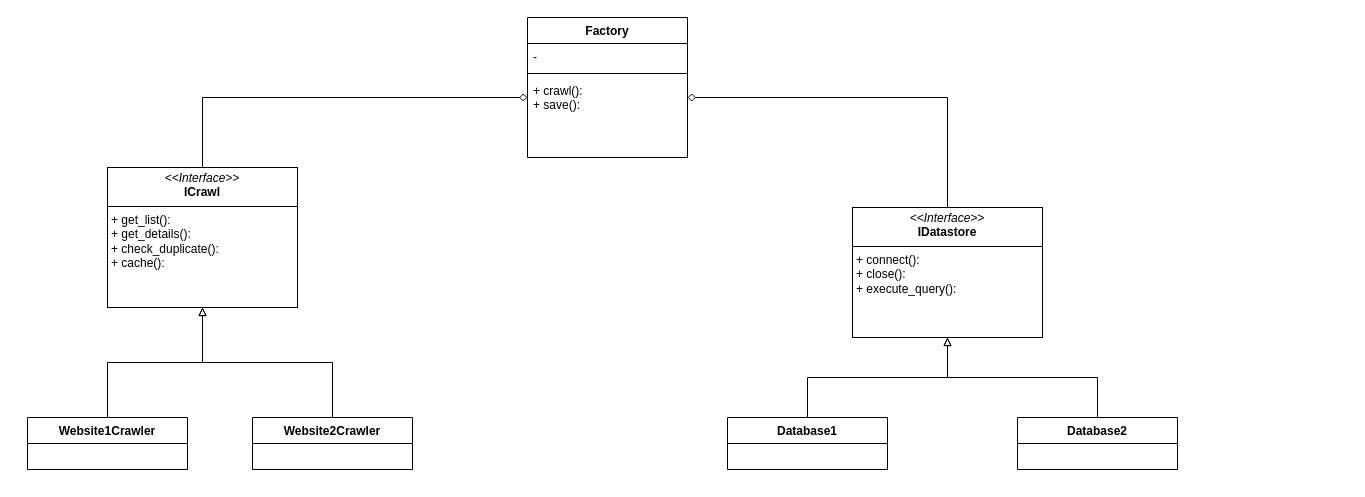
Before: page "Class" (3 of 3) of Diagram.drawio in phonnn/it-conferences-crawler, a draw.io diagram. Source tidied: cells renumbered, new cells numbered last; positions are measured from the earlier drawing's top-left corner, leaving out a move shared by most shapes. Both pictures are drawn from the tidied source at 100%, with x=0, y=0 at pixel (27, 17).
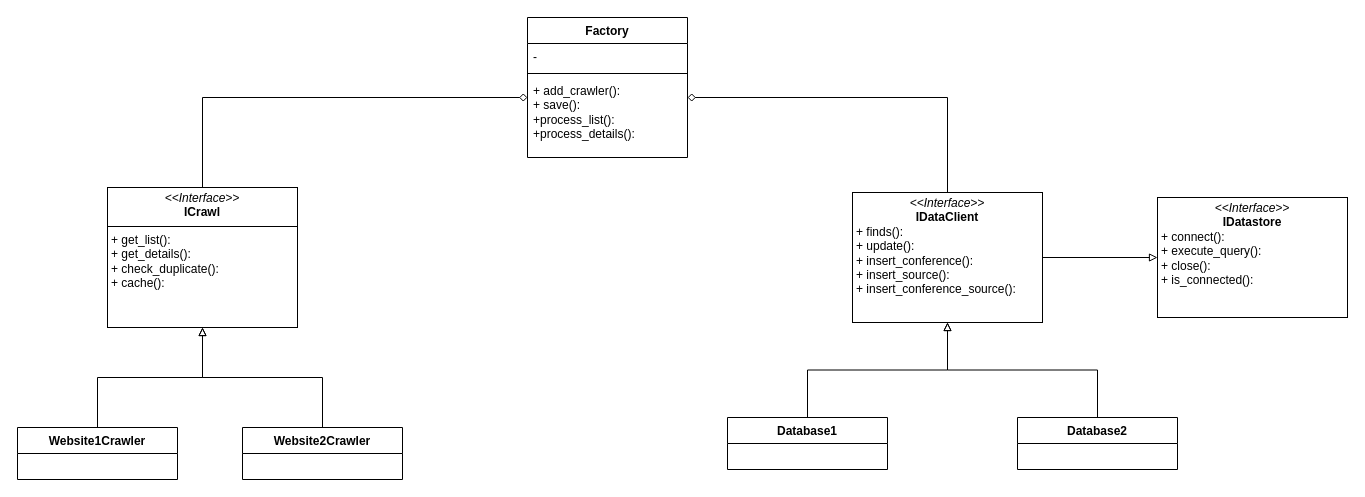
After the change.

The change refers to these unchanged cells:
```xml
<mxCell id="2" value="Factory" style="swimlane;fontStyle=1;align=center;verticalAlign=top;horizontal=1;startSize=26;whiteSpace=wrap;html=1;" parent="1" vertex="1">
  <mxGeometry x="500" width="160" height="140" as="geometry" />
</mxCell>
```

What changed in the source:
```diff
@@
-    <mxCell id="5" value="+ crawl():&lt;div&gt;+ save():&lt;br&gt;&lt;/div&gt;" style="text;strokeColor=none;fillColor=none;align=left;verticalAlign=top;spacingLeft=4;spacingRight=4;overflow=hidden;points=[[0,0.5],[1,0.5]];portConstraint=eastwest;whiteSpace=wrap;html=1;" parent="2" vertex="1">
+    <mxCell id="5" value="+ add_crawler():&lt;div&gt;+ save():&lt;br&gt;&lt;/div&gt;&lt;div&gt;+process_list():&lt;/div&gt;&lt;div&gt;+process_details():&lt;/div&gt;" style="text;strokeColor=none;fillColor=none;align=left;verticalAlign=top;spacingLeft=4;spacingRight=4;overflow=hidden;points=[[0,0.5],[1,0.5]];portConstraint=eastwest;whiteSpace=wrap;html=1;" parent="2" vertex="1">
       <mxGeometry y="60" width="160" height="80" as="geometry" />
     </mxCell>
@@
     <mxCell id="7" value="&lt;p style=&quot;margin:0px;margin-top:4px;text-align:center;&quot;&gt;&lt;i&gt;&amp;lt;&amp;lt;Interface&amp;gt;&amp;gt;&lt;/i&gt;&lt;br&gt;&lt;b&gt;ICrawl&lt;/b&gt;&lt;/p&gt;&lt;hr size=&quot;1&quot; style=&quot;border-style:solid;&quot;&gt;&lt;p style=&quot;margin:0px;margin-left:4px;&quot;&gt;&lt;span style=&quot;background-color: initial;&quot;&gt;+ get_list():&amp;nbsp;&lt;/span&gt;&lt;br&gt;&lt;/p&gt;&lt;p style=&quot;margin:0px;margin-left:4px;&quot;&gt;&lt;span style=&quot;background-color: initial;&quot;&gt;+ get_details():&lt;/span&gt;&lt;/p&gt;&lt;p style=&quot;margin:0px;margin-left:4px;&quot;&gt;&lt;span style=&quot;background-color: initial;&quot;&gt;+ check_duplicate():&lt;/span&gt;&lt;/p&gt;&lt;p style=&quot;margin:0px;margin-left:4px;&quot;&gt;+ cache():&lt;/p&gt;" style="verticalAlign=top;align=left;overflow=fill;html=1;whiteSpace=wrap;" parent="1" vertex="1">
-      <mxGeometry x="80" y="150" width="190" height="140" as="geometry" />
+      <mxGeometry x="80" y="170" width="190" height="140" as="geometry" />
     </mxCell>
@@
-    <mxCell id="9" value="&lt;p style=&quot;margin:0px;margin-top:4px;text-align:center;&quot;&gt;&lt;i&gt;&amp;lt;&amp;lt;Interface&amp;gt;&amp;gt;&lt;/i&gt;&lt;br&gt;&lt;b&gt;IDatastore&lt;/b&gt;&lt;/p&gt;&lt;hr size=&quot;1&quot; style=&quot;border-style:solid;&quot;&gt;&lt;p style=&quot;margin:0px;margin-left:4px;&quot;&gt;&lt;span style=&quot;background-color: initial;&quot;&gt;+ connect():&lt;/span&gt;&lt;/p&gt;&lt;p style=&quot;margin:0px;margin-left:4px;&quot;&gt;+ close():&lt;/p&gt;&lt;p style=&quot;margin:0px;margin-left:4px;&quot;&gt;+ execute_query():&lt;/p&gt;" style="verticalAlign=top;align=left;overflow=fill;html=1;whiteSpace=wrap;" parent="1" vertex="1">
-      <mxGeometry x="825" y="190" width="190" height="130" as="geometry" />
+    <mxCell id="9" value="&lt;p style=&quot;margin:0px;margin-top:4px;text-align:center;&quot;&gt;&lt;i&gt;&amp;lt;&amp;lt;Interface&amp;gt;&amp;gt;&lt;/i&gt;&lt;br&gt;&lt;b&gt;IDataClient&lt;/b&gt;&lt;/p&gt;&lt;p style=&quot;margin:0px;margin-left:4px;&quot;&gt;&lt;span style=&quot;background-color: initial;&quot;&gt;+ finds():&lt;/span&gt;&lt;/p&gt;&lt;p style=&quot;margin:0px;margin-left:4px;&quot;&gt;+ update():&lt;/p&gt;&lt;p style=&quot;margin:0px;margin-left:4px;&quot;&gt;+ insert_conference():&lt;/p&gt;&lt;p style=&quot;margin: 0px 0px 0px 4px;&quot;&gt;+ insert_source():&lt;/p&gt;&lt;p style=&quot;margin: 0px 0px 0px 4px;&quot;&gt;+ insert_conference_source():&lt;/p&gt;&lt;p style=&quot;margin: 0px 0px 0px 4px;&quot;&gt;&lt;br&gt;&lt;/p&gt;" style="verticalAlign=top;align=left;overflow=fill;html=1;whiteSpace=wrap;" parent="1" vertex="1">
+      <mxGeometry x="825" y="175" width="190" height="130" as="geometry" />
     </mxCell>
@@
     <mxCell id="13" value="Website1Crawler" style="swimlane;fontStyle=1;align=center;verticalAlign=top;horizontal=1;startSize=26;whiteSpace=wrap;html=1;" parent="1" vertex="1">
-      <mxGeometry y="400" width="160" height="52" as="geometry" />
+      <mxGeometry x="-10" y="410" width="160" height="52" as="geometry" />
     </mxCell>
     <mxCell id="14" value="Website2Crawler" style="swimlane;fontStyle=1;align=center;verticalAlign=top;horizontal=1;startSize=26;whiteSpace=wrap;html=1;" parent="1" vertex="1">
-      <mxGeometry x="225" y="400" width="160" height="52" as="geometry" />
+      <mxGeometry x="215" y="410" width="160" height="52" as="geometry" />
     </mxCell>
@@
+    <mxCell id="18" style="edgeStyle=orthogonalEdgeStyle;rounded=0;jettySize=auto;html=1;endArrow=none;endFill=0;startArrow=block;startFill=0;" parent="1" edge="1" source="19" target="9">
+      <mxGeometry relative="1" as="geometry" />
+    </mxCell>
+    <mxCell id="19" value="&lt;p style=&quot;margin:0px;margin-top:4px;text-align:center;&quot;&gt;&lt;i&gt;&amp;lt;&amp;lt;Interface&amp;gt;&amp;gt;&lt;/i&gt;&lt;br&gt;&lt;b&gt;IDatastore&lt;/b&gt;&lt;/p&gt;&lt;p style=&quot;margin:0px;margin-left:4px;&quot;&gt;&lt;span style=&quot;background-color: initial;&quot;&gt;+ connect():&lt;/span&gt;&lt;/p&gt;&lt;p style=&quot;margin:0px;margin-left:4px;&quot;&gt;+ execute_query():&lt;/p&gt;&lt;p style=&quot;margin:0px;margin-left:4px;&quot;&gt;+ close():&lt;/p&gt;&lt;p style=&quot;margin:0px;margin-left:4px;&quot;&gt;+ is_connected():&lt;/p&gt;" style="verticalAlign=top;align=left;overflow=fill;html=1;whiteSpace=wrap;" parent="1" vertex="1">
+      <mxGeometry x="1130" y="180" width="190" height="120" as="geometry" />
+    </mxCell>
```
